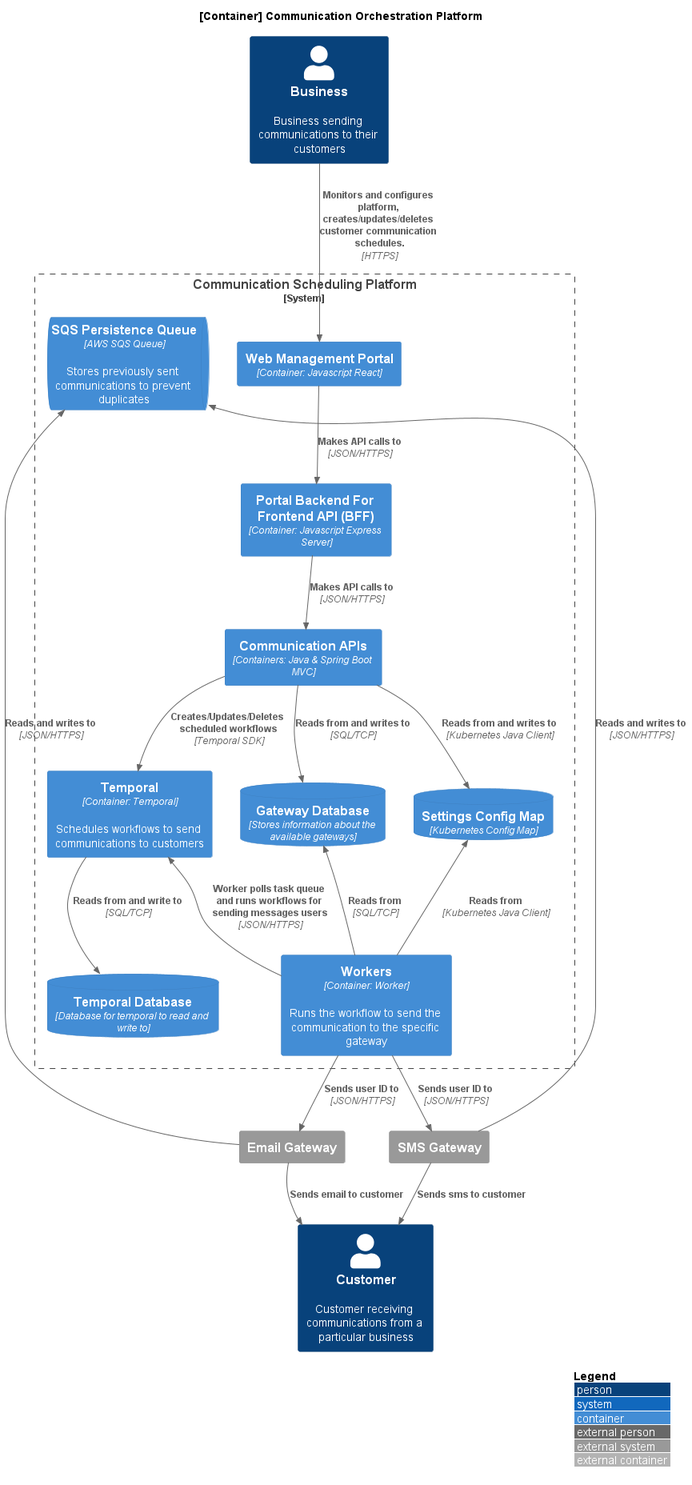
Above: Designs/Images/System Context/SystemContainerDiagram.png in CameronWard301/communication_scheduler (PlantUML), before the change.
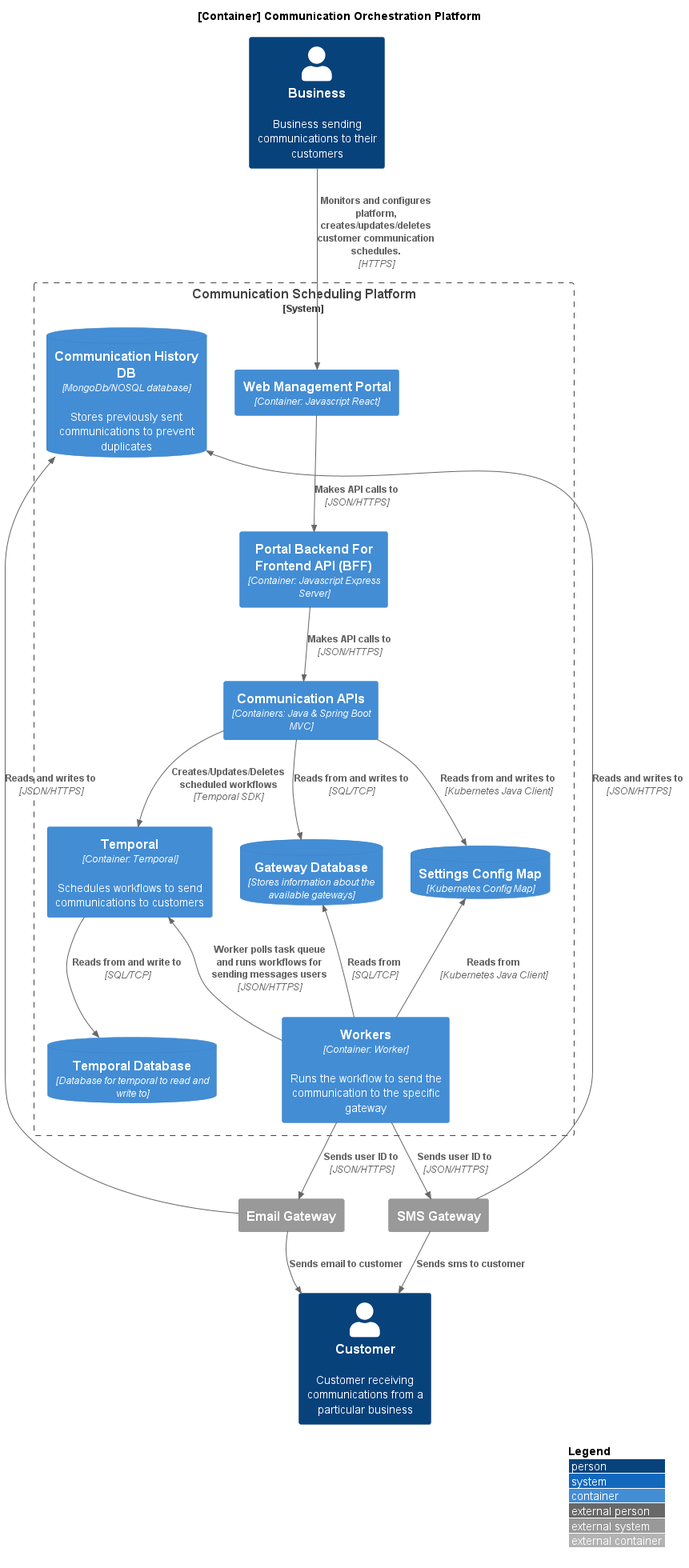
Above is the later version.

The edit, as a diff of the source:
```diff
@@ -17,7 +17,7 @@
     Container(webPortal, "Web Management Portal", "Container: Javascript React")
     ContainerDb(settings, "Settings Config Map", "Kubernetes Config Map")
     Container(workers, "Workers", "Container: Worker", "Runs the workflow to send the communication to the specific gateway")
-    ContainerQueue(queue, "SQS Persistence Queue", "AWS SQS Queue", "Stores previously sent communications to prevent duplicates")
+    ContainerDb(queue, "Communication History DB", "MongoDb/NOSQL database", "Stores previously sent communications to prevent duplicates")
 }
 
 
```
